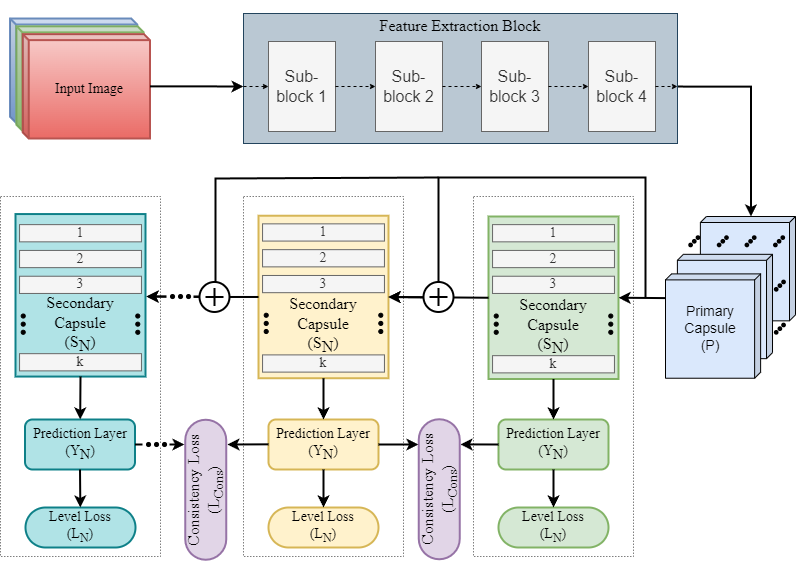
Earlier version of the draw.io export Results/Architecture_HD_CapsNet.png (tasrif-khondaker/HD-CapsNet). Source tidied: cells renumbered, new cells last; positions are measured from the earlier drawing's top-left corner, leaving out a move shared by most shapes.
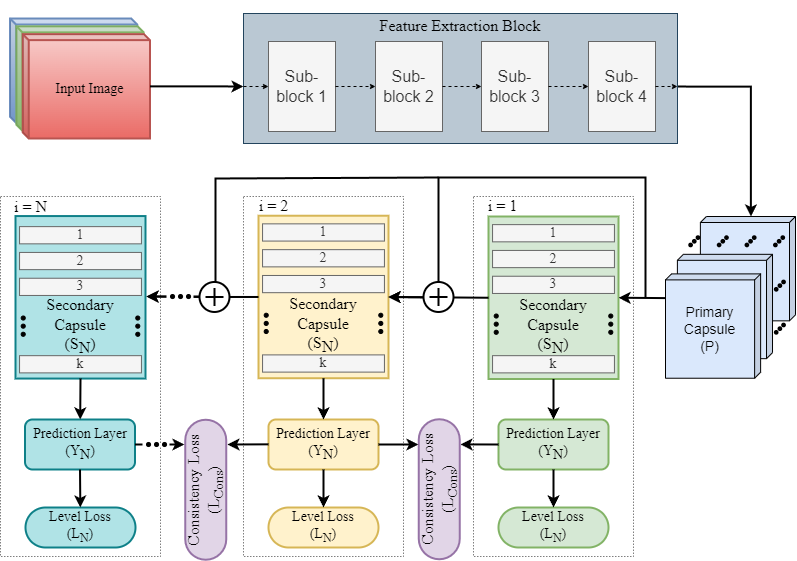
Later version of the same file.

Diff of the diagram source:
```diff
@@ -24,7 +24,7 @@
       <mxGeometry x="12.7" y="15.7" width="127.3" height="104.3" as="geometry" />
     </mxCell>
     <mxCell id="9" style="group;" parent="1" vertex="1">
-      <mxGeometry x="15" y="203" width="130" height="162.5" as="geometry" />
+      <mxGeometry x="15" y="205" width="130" height="162.5" as="geometry" />
     </mxCell>
     <mxCell id="10" value="&lt;font style=&quot;font-size: 16px;&quot;&gt;&lt;br&gt;&lt;br&gt;&lt;br&gt;Secondary&lt;br&gt;Capsule&lt;br&gt;&lt;font style=&quot;font-size: 16px;&quot;&gt;(&lt;/font&gt;S&lt;sub&gt;&lt;font style=&quot;font-size: 16px;&quot;&gt;N&lt;/font&gt;&lt;/sub&gt;&lt;font style=&quot;font-size: 16px;&quot;&gt;)&lt;/font&gt;&lt;/font&gt;" style="rounded=0;whiteSpace=wrap;html=1;strokeWidth=2;fontFamily=Times New Roman;fillColor=#b0e3e6;strokeColor=#0e8088;" parent="9" vertex="1">
       <mxGeometry y="-2.4" width="130" height="162.5" as="geometry" />
@@ -423,5 +423,14 @@
         <mxPoint x="434" y="73" as="targetPoint" />
       </mxGeometry>
     </mxCell>
+    <mxCell id="129" value="i = 1" style="text;html=1;strokeColor=none;fillColor=none;align=center;verticalAlign=middle;whiteSpace=wrap;rounded=0;fontSize=16;fontFamily=Times New Roman;" parent="1" vertex="1">
+      <mxGeometry x="472" y="182.2" width="61" height="20" as="geometry" />
+    </mxCell>
+    <mxCell id="130" value="i = 2" style="text;html=1;strokeColor=none;fillColor=none;align=center;verticalAlign=middle;whiteSpace=wrap;rounded=0;fontSize=16;fontFamily=Times New Roman;" parent="1" vertex="1">
+      <mxGeometry x="243" y="182.2" width="61" height="20" as="geometry" />
+    </mxCell>
+    <mxCell id="131" value="i = N" style="text;html=1;strokeColor=none;fillColor=none;align=center;verticalAlign=middle;whiteSpace=wrap;rounded=0;fontSize=16;fontFamily=Times New Roman;" parent="1" vertex="1">
+      <mxGeometry y="183" width="61" height="20" as="geometry" />
+    </mxCell>
   </root>
 </mxGraphModel>
```
